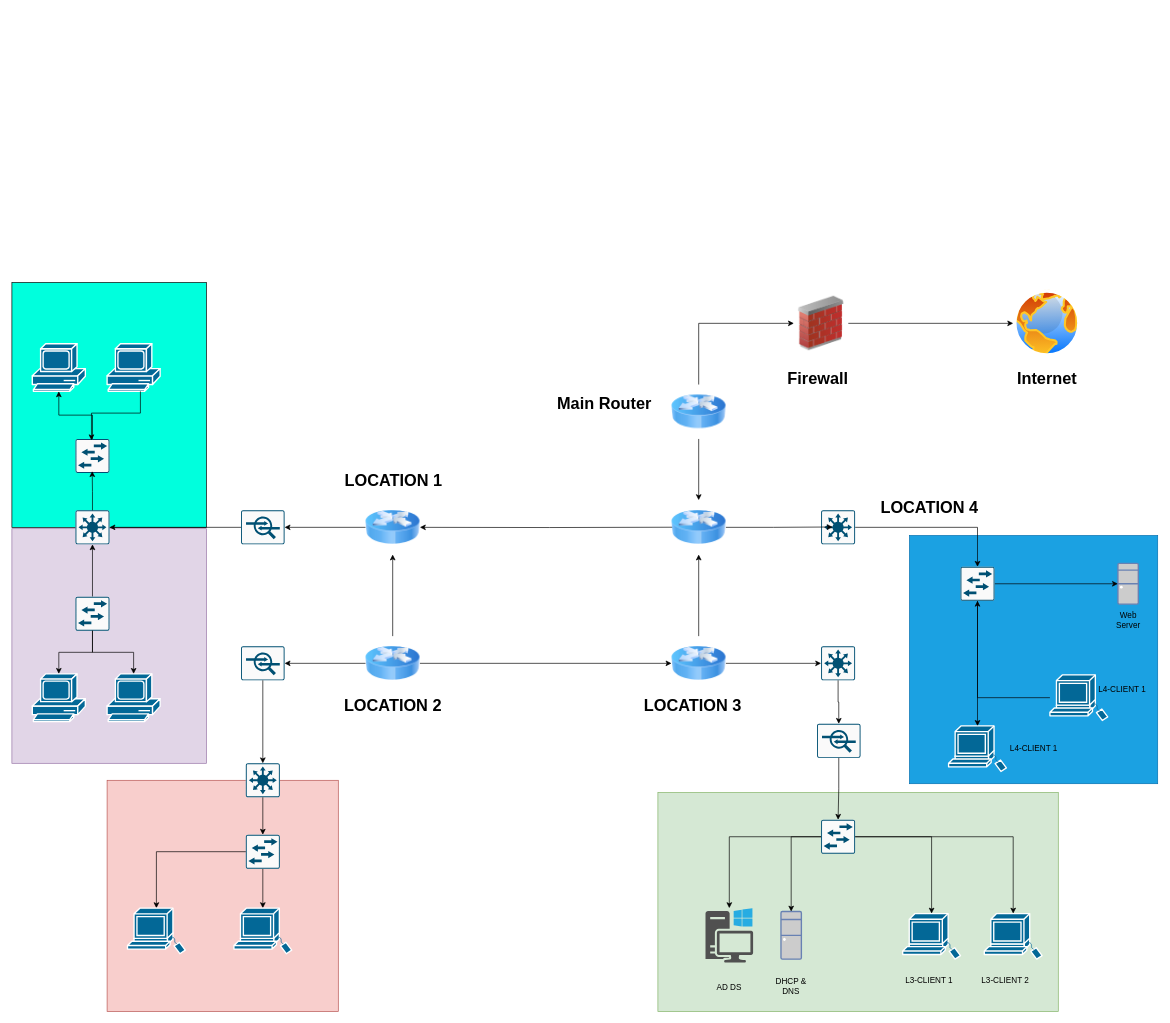
Above: diagrams/Untitled Diagram.drawio in james807/networks (draw.io), before the change. Source tidied: cells renumbered, new cells numbered last; positions are measured from the earlier drawing's top-left corner, leaving out a move shared by most shapes. Both pictures are drawn from the tidied source at 68%, with x=0, y=0 at pixel (12, 282).
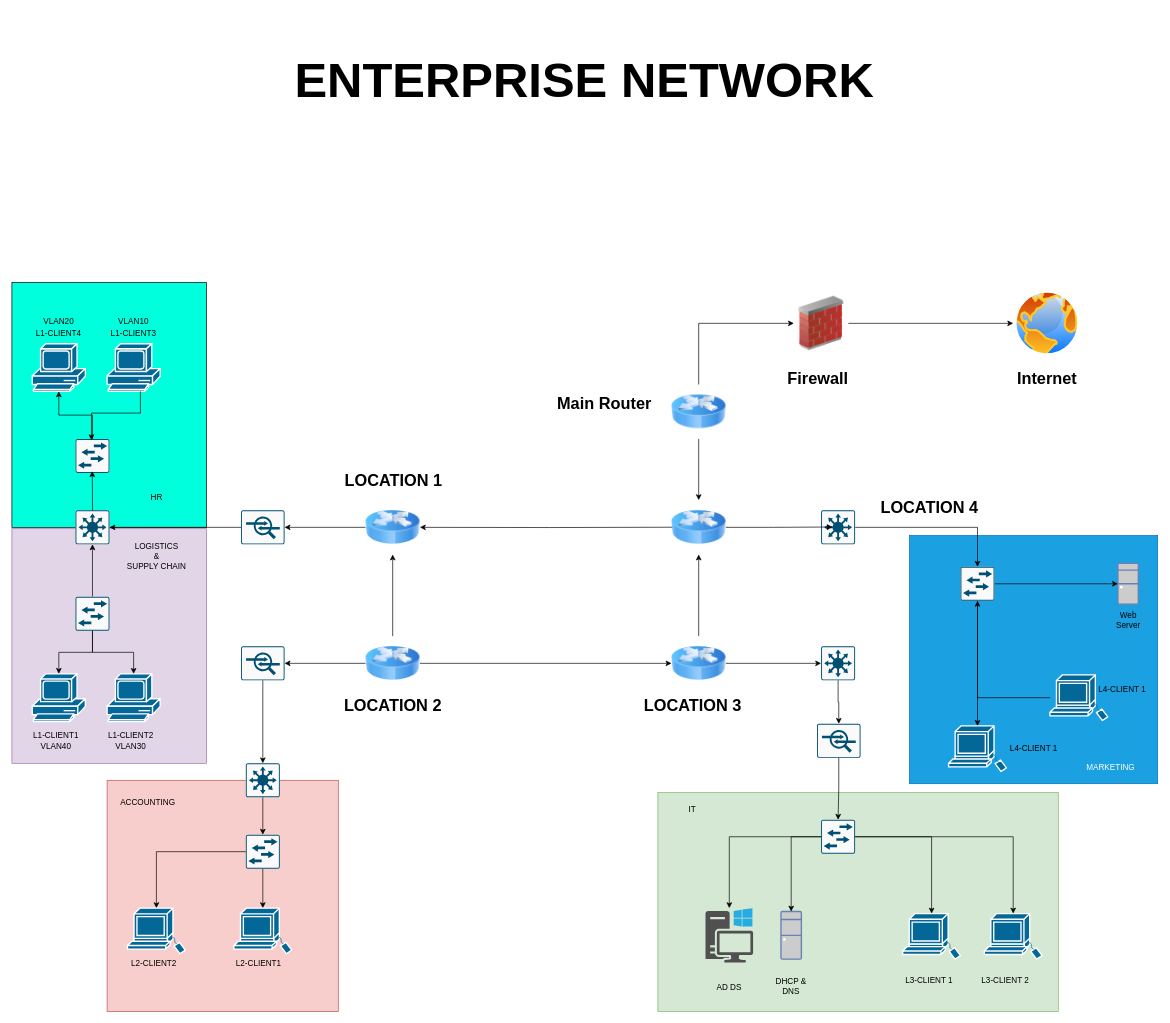
The same diagram, later.

Diff of the diagram source:
```diff
@@
+    <mxCell id="85" value="L2-CLIENT1" style="text;html=1;align=center;verticalAlign=middle;whiteSpace=wrap;rounded=0;" parent="1" vertex="1">
+      <mxGeometry x="319.5" y="987" width="86" height="30" as="geometry" />
+    </mxCell>
+    <mxCell id="86" value="L2-CLIENT2" style="text;html=1;align=center;verticalAlign=middle;whiteSpace=wrap;rounded=0;" parent="1" vertex="1">
+      <mxGeometry x="166" y="986" width="86" height="30" as="geometry" />
+    </mxCell>
+    <mxCell id="87" value="L1-CLIENT2" style="text;html=1;align=center;verticalAlign=middle;whiteSpace=wrap;rounded=0;" parent="1" vertex="1">
+      <mxGeometry x="132" y="652" width="86" height="30" as="geometry" />
+    </mxCell>
+    <mxCell id="88" value="L1-CLIENT1" style="text;html=1;align=center;verticalAlign=middle;whiteSpace=wrap;rounded=0;" parent="1" vertex="1">
+      <mxGeometry x="22" y="652" width="86" height="30" as="geometry" />
+    </mxCell>
+    <mxCell id="89" value="L1-CLIENT3" style="text;html=1;align=center;verticalAlign=middle;whiteSpace=wrap;rounded=0;" parent="1" vertex="1">
+      <mxGeometry x="136" y="60" width="86" height="30" as="geometry" />
+    </mxCell>
+    <mxCell id="90" value="L1-CLIENT4" style="text;html=1;align=center;verticalAlign=middle;whiteSpace=wrap;rounded=0;" parent="1" vertex="1">
+      <mxGeometry x="26" y="60" width="86" height="30" as="geometry" />
+    </mxCell>
+    <mxCell id="91" value="VLAN10" style="text;html=1;align=center;verticalAlign=middle;whiteSpace=wrap;rounded=0;" parent="1" vertex="1">
+      <mxGeometry x="136" y="42" width="86" height="30" as="geometry" />
+    </mxCell>
+    <mxCell id="92" value="VLAN20" style="text;html=1;align=center;verticalAlign=middle;whiteSpace=wrap;rounded=0;" parent="1" vertex="1">
+      <mxGeometry x="26" y="42" width="86" height="30" as="geometry" />
+    </mxCell>
+    <mxCell id="93" value="VLAN30" style="text;html=1;align=center;verticalAlign=middle;whiteSpace=wrap;rounded=0;" parent="1" vertex="1">
+      <mxGeometry x="132" y="668" width="86" height="30" as="geometry" />
+    </mxCell>
+    <mxCell id="94" value="VLAN40" style="text;html=1;align=center;verticalAlign=middle;whiteSpace=wrap;rounded=0;" parent="1" vertex="1">
+      <mxGeometry x="22" y="668" width="86" height="30" as="geometry" />
+    </mxCell>
+    <mxCell id="95" value="ACCOUNTING" style="text;html=1;align=center;verticalAlign=middle;whiteSpace=wrap;rounded=0;" parent="1" vertex="1">
+      <mxGeometry x="157" y="750" width="86" height="30" as="geometry" />
+    </mxCell>
+    <mxCell id="96" value="LOGISTICS&lt;div&gt;&amp;amp;&lt;/div&gt;&lt;div&gt;SUPPLY CHAIN&lt;/div&gt;" style="text;html=1;align=center;verticalAlign=middle;whiteSpace=wrap;rounded=0;" parent="1" vertex="1">
+      <mxGeometry x="160" y="388" width="106" height="30" as="geometry" />
+    </mxCell>
+    <mxCell id="97" value="HR" style="text;html=1;align=center;verticalAlign=middle;whiteSpace=wrap;rounded=0;" parent="1" vertex="1">
+      <mxGeometry x="160" y="302" width="106" height="30" as="geometry" />
+    </mxCell>
+    <mxCell id="98" value="IT" style="text;html=1;align=center;verticalAlign=middle;whiteSpace=wrap;rounded=0;perimeterSpacing=3;" parent="1" vertex="1">
+      <mxGeometry x="958.2" y="760" width="86" height="30" as="geometry" />
+    </mxCell>
+    <mxCell id="99" value="&lt;font color=&quot;#ffffff&quot;&gt;MARKETING&lt;/font&gt;" style="text;html=1;align=center;verticalAlign=middle;whiteSpace=wrap;rounded=0;perimeterSpacing=3;" parent="1" vertex="1">
+      <mxGeometry x="1572.5" y="698" width="86" height="30" as="geometry" />
+    </mxCell>
+    <mxCell id="100" value="&lt;font style=&quot;font-size: 72px;&quot;&gt;&lt;b&gt;ENTERPRISE NETWORK&lt;/b&gt;&lt;/font&gt;" style="text;html=1;align=center;verticalAlign=middle;whiteSpace=wrap;rounded=0;" parent="1" vertex="1">
+      <mxGeometry x="326.5" y="-398" width="1030" height="200" as="geometry" />
+    </mxCell>
```
